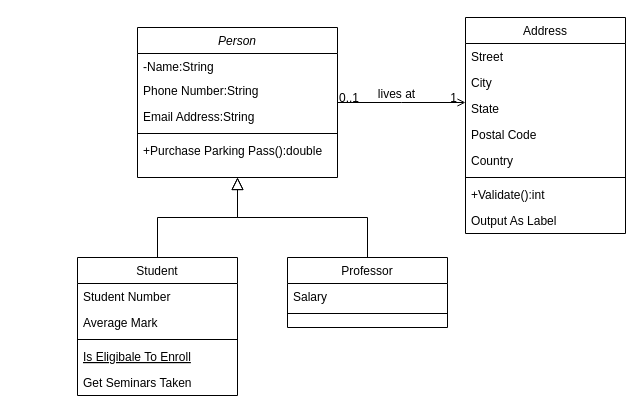
Earlier version of the draw.io diagram Exercise1 classDiagram.drawio (MuhdIrfanNoor/week2class-diagram). Source tidied: cells renumbered, new cells numbered last; positions are measured from the earlier drawing's top-left corner, leaving out a move shared by most shapes. Both pictures are drawn from the tidied source at 100%, with x=0, y=0 at pixel (77, 17).
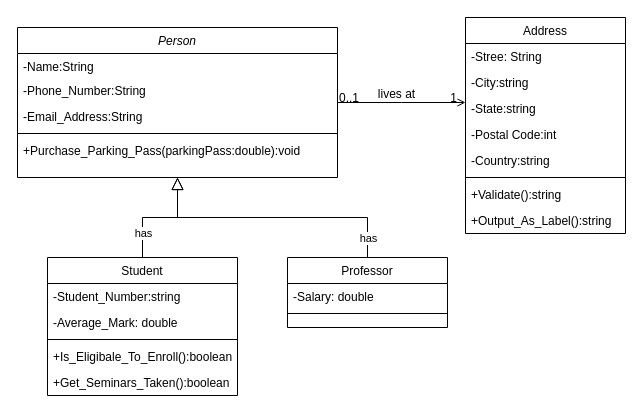
Above is the later version.

The change refers to these unchanged cells:
```xml
<mxCell id="14" style="endArrow=block;endSize=10;endFill=0;shadow=0;strokeWidth=1;rounded=0;edgeStyle=elbowEdgeStyle;elbow=vertical;" parent="1" edge="1" source="8" target="2">
  <mxGeometry relative="1" as="geometry" />
</mxCell>
<mxCell id="15" value="Professor" style="swimlane;fontStyle=0;align=center;verticalAlign=top;horizontal=1;startSize=26;rounded=0;shadow=0;strokeWidth=1;" parent="1" vertex="1">
  <mxGeometry x="210" y="240" width="160" height="70" as="geometry" />
</mxCell>
<mxCell id="18" style="endArrow=block;endSize=10;endFill=0;shadow=0;strokeWidth=1;rounded=0;edgeStyle=elbowEdgeStyle;elbow=vertical;" parent="1" edge="1" source="15" target="2">
  <mxGeometry relative="1" as="geometry" />
</mxCell>
<mxCell id="19" value="Address" style="swimlane;fontStyle=0;align=center;verticalAlign=top;horizontal=1;startSize=26;rounded=0;shadow=0;strokeWidth=1;" parent="1" vertex="1">
  <mxGeometry x="388" width="160" height="216" as="geometry" />
</mxCell>
```

Change to the diagram source:
```diff
@@
     <mxCell id="2" value="Person" style="swimlane;fontStyle=2;align=center;verticalAlign=top;horizontal=1;startSize=26;rounded=0;shadow=0;strokeWidth=1;" parent="1" vertex="1">
-      <mxGeometry x="60" y="10" width="200" height="150" as="geometry" />
+      <mxGeometry x="-60" y="10" width="320" height="150" as="geometry" />
     </mxCell>
     <mxCell id="3" value="-Name:String" style="text;align=left;verticalAlign=top;spacingLeft=4;spacingRight=4;overflow=hidden;" parent="2" vertex="1">
-      <mxGeometry y="26" width="200" height="24" as="geometry" />
+      <mxGeometry y="26" width="320" height="24" as="geometry" />
     </mxCell>
-    <mxCell id="4" value="Phone Number:String" style="text;align=left;verticalAlign=top;spacingLeft=4;spacingRight=4;overflow=hidden;rounded=0;shadow=0;html=0;" parent="2" vertex="1">
-      <mxGeometry y="50" width="200" height="26" as="geometry" />
+    <mxCell id="4" value="-Phone_Number:String" style="text;align=left;verticalAlign=top;spacingLeft=4;spacingRight=4;overflow=hidden;rounded=0;shadow=0;html=0;" parent="2" vertex="1">
+      <mxGeometry y="50" width="320" height="26" as="geometry" />
     </mxCell>
-    <mxCell id="5" value="Email Address:String" style="text;align=left;verticalAlign=top;spacingLeft=4;spacingRight=4;overflow=hidden;rounded=0;shadow=0;html=0;" parent="2" vertex="1">
-      <mxGeometry y="76" width="200" height="26" as="geometry" />
+    <mxCell id="5" value="-Email_Address:String" style="text;align=left;verticalAlign=top;spacingLeft=4;spacingRight=4;overflow=hidden;rounded=0;shadow=0;html=0;" parent="2" vertex="1">
+      <mxGeometry y="76" width="320" height="26" as="geometry" />
     </mxCell>
     <mxCell id="6" style="line;html=1;strokeWidth=1;align=left;verticalAlign=middle;spacingTop=-1;spacingLeft=3;spacingRight=3;labelPosition=right;" parent="2" vertex="1">
-      <mxGeometry y="102" width="200" height="8" as="geometry" />
+      <mxGeometry y="102" width="320" height="8" as="geometry" />
     </mxCell>
-    <mxCell id="7" value="+Purchase Parking Pass():double" style="text;align=left;verticalAlign=top;spacingLeft=4;spacingRight=4;overflow=hidden;" parent="2" vertex="1">
-      <mxGeometry y="110" width="200" height="26" as="geometry" />
+    <mxCell id="7" value="+Purchase_Parking_Pass(parkingPass:double):void" style="text;align=left;verticalAlign=top;spacingLeft=4;spacingRight=4;overflow=hidden;" parent="2" vertex="1">
+      <mxGeometry y="110" width="320" height="26" as="geometry" />
     </mxCell>
     <mxCell id="8" value="Student" style="swimlane;fontStyle=0;align=center;verticalAlign=top;horizontal=1;startSize=26;rounded=0;shadow=0;strokeWidth=1;" parent="1" vertex="1">
-      <mxGeometry y="240" width="160" height="138" as="geometry" />
+      <mxGeometry x="-30" y="240" width="190" height="138" as="geometry" />
     </mxCell>
-    <mxCell id="9" value="Student Number" style="text;align=left;verticalAlign=top;spacingLeft=4;spacingRight=4;overflow=hidden;" parent="8" vertex="1">
-      <mxGeometry y="26" width="160" height="26" as="geometry" />
+    <mxCell id="9" value="-Student_Number:string" style="text;align=left;verticalAlign=top;spacingLeft=4;spacingRight=4;overflow=hidden;" parent="8" vertex="1">
+      <mxGeometry y="26" width="190" height="26" as="geometry" />
     </mxCell>
-    <mxCell id="10" value="Average Mark" style="text;align=left;verticalAlign=top;spacingLeft=4;spacingRight=4;overflow=hidden;rounded=0;shadow=0;html=0;" parent="8" vertex="1">
-      <mxGeometry y="52" width="160" height="26" as="geometry" />
+    <mxCell id="10" value="-Average_Mark: double" style="text;align=left;verticalAlign=top;spacingLeft=4;spacingRight=4;overflow=hidden;rounded=0;shadow=0;html=0;" parent="8" vertex="1">
+      <mxGeometry y="52" width="190" height="26" as="geometry" />
     </mxCell>
     <mxCell id="11" style="line;html=1;strokeWidth=1;align=left;verticalAlign=middle;spacingTop=-1;spacingLeft=3;spacingRight=3;labelPosition=right;" parent="8" vertex="1">
-      <mxGeometry y="78" width="160" height="8" as="geometry" />
+      <mxGeometry y="78" width="190" height="8" as="geometry" />
     </mxCell>
-    <mxCell id="12" value="Is Eligibale To Enroll" style="text;align=left;verticalAlign=top;spacingLeft=4;spacingRight=4;overflow=hidden;fontStyle=4;" parent="8" vertex="1">
-      <mxGeometry y="86" width="160" height="26" as="geometry" />
+    <mxCell id="12" value="+Is_Eligibale_To_Enroll():boolean" style="text;align=left;verticalAlign=top;spacingLeft=4;spacingRight=4;overflow=hidden;fontStyle=0;" parent="8" vertex="1">
+      <mxGeometry y="86" width="190" height="26" as="geometry" />
     </mxCell>
-    <mxCell id="13" value="Get Seminars Taken" style="text;align=left;verticalAlign=top;spacingLeft=4;spacingRight=4;overflow=hidden;" parent="8" vertex="1">
-      <mxGeometry y="112" width="160" height="26" as="geometry" />
+    <mxCell id="13" value="+Get_Seminars_Taken():boolean" style="text;align=left;verticalAlign=top;spacingLeft=4;spacingRight=4;overflow=hidden;" parent="8" vertex="1">
+      <mxGeometry y="112" width="190" height="26" as="geometry" />
     </mxCell>
@@
+    <mxCell id="32" value="has" style="edgeLabel;html=1;align=center;verticalAlign=middle;" parent="14" vertex="1">
+      <mxGeometry x="-0.56" relative="1" as="geometry" />
+    </mxCell>
@@
-    <mxCell id="16" value="Salary" style="text;align=left;verticalAlign=top;spacingLeft=4;spacingRight=4;overflow=hidden;" parent="15" vertex="1">
+    <mxCell id="16" value="-Salary: double" style="text;align=left;verticalAlign=top;spacingLeft=4;spacingRight=4;overflow=hidden;" parent="15" vertex="1">
       <mxGeometry y="26" width="160" height="26" as="geometry" />
     </mxCell>
@@
+    <mxCell id="33" value="has" style="edgeLabel;html=1;align=center;verticalAlign=middle;" parent="18" vertex="1">
+      <mxGeometry x="-0.85" relative="1" as="geometry" />
+    </mxCell>
@@
-    <mxCell id="20" value="Street" style="text;align=left;verticalAlign=top;spacingLeft=4;spacingRight=4;overflow=hidden;" parent="19" vertex="1">
+    <mxCell id="20" value="-Stree: String" style="text;align=left;verticalAlign=top;spacingLeft=4;spacingRight=4;overflow=hidden;" parent="19" vertex="1">
       <mxGeometry y="26" width="160" height="26" as="geometry" />
     </mxCell>
-    <mxCell id="21" value="City" style="text;align=left;verticalAlign=top;spacingLeft=4;spacingRight=4;overflow=hidden;rounded=0;shadow=0;html=0;" parent="19" vertex="1">
+    <mxCell id="21" value="-City:string" style="text;align=left;verticalAlign=top;spacingLeft=4;spacingRight=4;overflow=hidden;rounded=0;shadow=0;html=0;" parent="19" vertex="1">
       <mxGeometry y="52" width="160" height="26" as="geometry" />
     </mxCell>
-    <mxCell id="22" value="State" style="text;align=left;verticalAlign=top;spacingLeft=4;spacingRight=4;overflow=hidden;rounded=0;shadow=0;html=0;" parent="19" vertex="1">
+    <mxCell id="22" value="-State:string" style="text;align=left;verticalAlign=top;spacingLeft=4;spacingRight=4;overflow=hidden;rounded=0;shadow=0;html=0;" parent="19" vertex="1">
       <mxGeometry y="78" width="160" height="26" as="geometry" />
     </mxCell>
-    <mxCell id="23" value="Postal Code" style="text;align=left;verticalAlign=top;spacingLeft=4;spacingRight=4;overflow=hidden;rounded=0;shadow=0;html=0;" parent="19" vertex="1">
+    <mxCell id="23" value="-Postal Code:int" style="text;align=left;verticalAlign=top;spacingLeft=4;spacingRight=4;overflow=hidden;rounded=0;shadow=0;html=0;" parent="19" vertex="1">
       <mxGeometry y="104" width="160" height="26" as="geometry" />
     </mxCell>
-    <mxCell id="24" value="Country" style="text;align=left;verticalAlign=top;spacingLeft=4;spacingRight=4;overflow=hidden;rounded=0;shadow=0;html=0;" parent="19" vertex="1">
+    <mxCell id="24" value="-Country:string" style="text;align=left;verticalAlign=top;spacingLeft=4;spacingRight=4;overflow=hidden;rounded=0;shadow=0;html=0;" parent="19" vertex="1">
       <mxGeometry y="130" width="160" height="26" as="geometry" />
     </mxCell>
@@
-    <mxCell id="26" value="+Validate():int" style="text;align=left;verticalAlign=top;spacingLeft=4;spacingRight=4;overflow=hidden;" parent="19" vertex="1">
+    <mxCell id="26" value="+Validate():string" style="text;align=left;verticalAlign=top;spacingLeft=4;spacingRight=4;overflow=hidden;" parent="19" vertex="1">
       <mxGeometry y="164" width="160" height="26" as="geometry" />
     </mxCell>
-    <mxCell id="27" value="Output As Label" style="text;align=left;verticalAlign=top;spacingLeft=4;spacingRight=4;overflow=hidden;" parent="19" vertex="1">
+    <mxCell id="27" value="+Output_As_Label():string" style="text;align=left;verticalAlign=top;spacingLeft=4;spacingRight=4;overflow=hidden;" parent="19" vertex="1">
       <mxGeometry y="190" width="160" height="26" as="geometry" />
     </mxCell>
```
